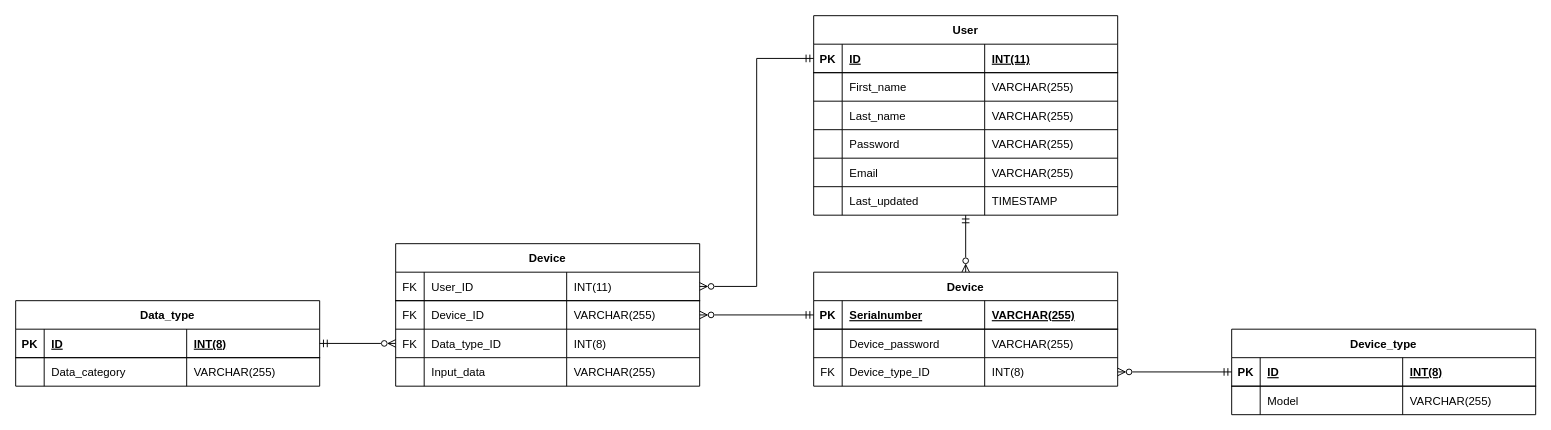
TwoBar/waase_Group2 keeps this draw.io diagram as Azure MySQL/Relational_Data_Model.drawio. Above is the earlier version. Source tidied: cells renumbered, new cells numbered last; positions are measured from the earlier drawing's top-left corner, leaving out a move shared by most shapes. Both pictures are drawn from the tidied source at 95%, with x=0, y=0 at pixel (15, 15).
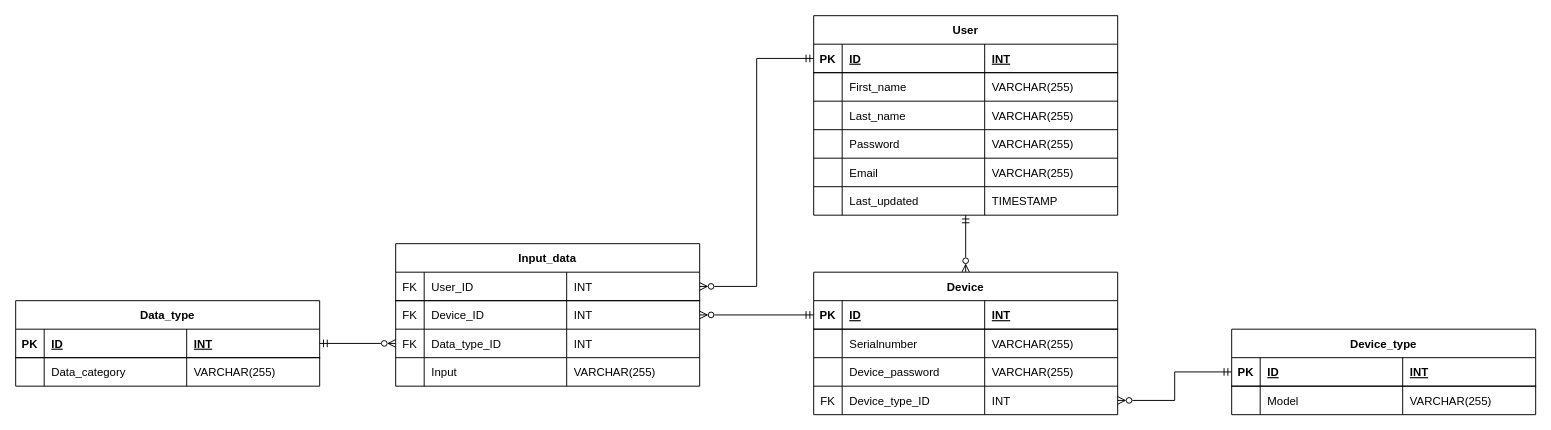
After the change.

Unchanged cells that the change refers to:
```xml
<mxCell id="4" style="shape=partialRectangle;fillColor=none;top=0;left=0;bottom=1;right=0;points=[[0,0.5],[1,0.5]];portConstraint=eastwest;" parent="3" vertex="1">
  <mxGeometry y="30" width="320" height="30" as="geometry" />
</mxCell>
<mxCell id="29" style="shape=partialRectangle;fillColor=none;top=0;left=0;bottom=1;right=0;points=[[0,0.5],[1,0.5]];portConstraint=eastwest;" parent="28" vertex="1">
  <mxGeometry y="30" width="320" height="30" as="geometry" />
</mxCell>
<mxCell id="43" style="shape=partialRectangle;fillColor=none;top=0;left=0;bottom=1;right=0;points=[[0,0.5],[1,0.5]];portConstraint=eastwest;" parent="42" vertex="1">
  <mxGeometry y="30" width="320" height="30" as="geometry" />
</mxCell>
<mxCell id="52" style="shape=partialRectangle;fillColor=none;top=0;left=0;bottom=1;right=0;points=[[0,0.5],[1,0.5]];portConstraint=eastwest;" parent="51" vertex="1">
  <mxGeometry y="30" width="320" height="30" as="geometry" />
</mxCell>
<mxCell id="56" style="shape=partialRectangle;fillColor=none;top=0;left=0;bottom=0;right=0;points=[[0,0.5],[1,0.5]];portConstraint=eastwest;" parent="51" vertex="1">
  <mxGeometry y="60" width="320" height="30" as="geometry" />
</mxCell>
<mxCell id="60" style="shape=partialRectangle;fillColor=none;top=0;left=0;bottom=0;right=0;points=[[0,0.5],[1,0.5]];portConstraint=eastwest;" parent="51" vertex="1">
  <mxGeometry y="90" width="320" height="30" as="geometry" />
</mxCell>
<mxCell id="64" style="shape=partialRectangle;fillColor=none;top=0;left=0;bottom=0;right=0;" parent="51" vertex="1">
  <mxGeometry y="120" width="320" height="30" as="geometry" />
</mxCell>
<mxCell id="70" style="shape=partialRectangle;fillColor=none;top=0;left=0;bottom=1;right=0;points=[[0,0.5],[1,0.5]];portConstraint=eastwest;" parent="69" vertex="1">
  <mxGeometry y="30" width="320" height="30" as="geometry" />
</mxCell>
```

The edit, as a diff of the source:
```diff
@@
-    <mxCell id="7" value="INT(11)" style="shape=partialRectangle;fillColor=none;top=0;left=0;bottom=0;right=0;align=left;spacingLeft=6;fontStyle=5;overflow=hidden;" parent="4" vertex="1">
+    <mxCell id="7" value="INT" style="shape=partialRectangle;fillColor=none;top=0;left=0;bottom=0;right=0;align=left;spacingLeft=6;fontStyle=5;overflow=hidden;" parent="4" vertex="1">
       <mxGeometry x="180" width="140" height="30" as="geometry" />
     </mxCell>
@@
     <mxCell id="28" value="Device" style="shape=table;startSize=30;childLayout=tableLayout;rowLines=1;fontStyle=1;align=center;" parent="1" vertex="1">
-      <mxGeometry x="840" y="270" width="320" height="120" as="geometry" />
+      <mxGeometry x="840" y="270" width="320" height="150" as="geometry" />
     </mxCell>
@@
-    <mxCell id="31" value="Serialnumber" style="shape=partialRectangle;fillColor=none;top=0;left=0;bottom=0;right=0;align=left;spacingLeft=6;fontStyle=5;overflow=hidden;" parent="29" vertex="1">
+    <mxCell id="31" value="ID" style="shape=partialRectangle;fillColor=none;top=0;left=0;bottom=0;right=0;align=left;spacingLeft=6;fontStyle=5;overflow=hidden;" parent="29" vertex="1">
       <mxGeometry x="30" width="150" height="30" as="geometry" />
     </mxCell>
-    <mxCell id="32" value="VARCHAR(255)" style="shape=partialRectangle;fillColor=none;top=0;left=0;bottom=0;right=0;align=left;spacingLeft=6;fontStyle=5;overflow=hidden;" parent="29" vertex="1">
+    <mxCell id="32" value="INT" style="shape=partialRectangle;fillColor=none;top=0;left=0;bottom=0;right=0;align=left;spacingLeft=6;fontStyle=5;overflow=hidden;" parent="29" vertex="1">
       <mxGeometry x="180" width="140" height="30" as="geometry" />
     </mxCell>
+    <mxCell id="80" style="shape=partialRectangle;fillColor=none;top=0;left=0;bottom=0;right=0;" parent="28" vertex="1">
+      <mxGeometry y="60" width="320" height="30" as="geometry" />
+    </mxCell>
+    <mxCell id="81" style="shape=partialRectangle;fillColor=none;top=0;left=0;bottom=0;right=0;overflow=hidden;" parent="80" vertex="1">
+      <mxGeometry width="30" height="30" as="geometry" />
+    </mxCell>
+    <mxCell id="82" value="Serialnumber" style="shape=partialRectangle;fillColor=none;top=0;left=0;bottom=0;right=0;align=left;spacingLeft=6;overflow=hidden;" parent="80" vertex="1">
+      <mxGeometry x="30" width="150" height="30" as="geometry" />
+    </mxCell>
+    <mxCell id="83" value="VARCHAR(255)" style="shape=partialRectangle;fillColor=none;top=0;left=0;bottom=0;right=0;align=left;spacingLeft=6;overflow=hidden;" parent="80" vertex="1">
+      <mxGeometry x="180" width="140" height="30" as="geometry" />
+    </mxCell>
     <mxCell id="33" style="shape=partialRectangle;fillColor=none;top=0;left=0;bottom=0;right=0;" parent="28" vertex="1">
-      <mxGeometry y="60" width="320" height="30" as="geometry" />
+      <mxGeometry y="90" width="320" height="30" as="geometry" />
     </mxCell>
@@
     <mxCell id="37" style="shape=partialRectangle;fillColor=none;top=0;left=0;bottom=0;right=0;points=[[0,0.5],[1,0.5]];portConstraint=eastwest;" parent="28" vertex="1">
-      <mxGeometry y="90" width="320" height="30" as="geometry" />
+      <mxGeometry y="120" width="320" height="30" as="geometry" />
     </mxCell>
@@
-    <mxCell id="40" value="INT(8)" style="shape=partialRectangle;fillColor=none;top=0;left=0;bottom=0;right=0;align=left;spacingLeft=6;overflow=hidden;" parent="37" vertex="1">
+    <mxCell id="40" value="INT" style="shape=partialRectangle;fillColor=none;top=0;left=0;bottom=0;right=0;align=left;spacingLeft=6;overflow=hidden;" parent="37" vertex="1">
       <mxGeometry x="180" width="140" height="30" as="geometry" />
     </mxCell>
@@
-    <mxCell id="46" value="INT(8)" style="shape=partialRectangle;fillColor=none;top=0;left=0;bottom=0;right=0;align=left;spacingLeft=6;fontStyle=5;overflow=hidden;" parent="43" vertex="1">
+    <mxCell id="46" value="INT" style="shape=partialRectangle;fillColor=none;top=0;left=0;bottom=0;right=0;align=left;spacingLeft=6;fontStyle=5;overflow=hidden;" parent="43" vertex="1">
       <mxGeometry x="180" width="140" height="30" as="geometry" />
     </mxCell>
@@
-    <mxCell id="51" value="Device" style="shape=table;startSize=30;childLayout=tableLayout;rowLines=1;fontStyle=1;align=center;" parent="1" vertex="1">
+    <mxCell id="51" value="Input_data" style="shape=table;startSize=30;childLayout=tableLayout;rowLines=1;fontStyle=1;align=center;" parent="1" vertex="1">
       <mxGeometry x="400" y="240" width="320" height="150" as="geometry" />
     </mxCell>
@@
-    <mxCell id="55" value="INT(11)" style="shape=partialRectangle;fillColor=none;top=0;left=0;bottom=0;right=0;align=left;spacingLeft=6;fontStyle=0;overflow=hidden;" parent="52" vertex="1">
+    <mxCell id="55" value="INT" style="shape=partialRectangle;fillColor=none;top=0;left=0;bottom=0;right=0;align=left;spacingLeft=6;fontStyle=0;overflow=hidden;" parent="52" vertex="1">
       <mxGeometry x="180" width="140" height="30" as="geometry" />
     </mxCell>
@@
-    <mxCell id="59" value="VARCHAR(255)" style="shape=partialRectangle;fillColor=none;top=0;left=0;bottom=0;right=0;align=left;spacingLeft=6;overflow=hidden;" parent="56" vertex="1">
+    <mxCell id="59" value="INT" style="shape=partialRectangle;fillColor=none;top=0;left=0;bottom=0;right=0;align=left;spacingLeft=6;overflow=hidden;" parent="56" vertex="1">
       <mxGeometry x="180" width="140" height="30" as="geometry" />
     </mxCell>
@@
-    <mxCell id="63" value="INT(8)" style="shape=partialRectangle;fillColor=none;top=0;left=0;bottom=0;right=0;align=left;spacingLeft=6;overflow=hidden;" parent="60" vertex="1">
+    <mxCell id="63" value="INT" style="shape=partialRectangle;fillColor=none;top=0;left=0;bottom=0;right=0;align=left;spacingLeft=6;overflow=hidden;" parent="60" vertex="1">
       <mxGeometry x="180" width="140" height="30" as="geometry" />
     </mxCell>
@@
-    <mxCell id="66" value="Input_data" style="shape=partialRectangle;fillColor=none;top=0;left=0;bottom=0;right=0;align=left;spacingLeft=6;overflow=hidden;" parent="64" vertex="1">
+    <mxCell id="66" value="Input" style="shape=partialRectangle;fillColor=none;top=0;left=0;bottom=0;right=0;align=left;spacingLeft=6;overflow=hidden;" parent="64" vertex="1">
       <mxGeometry x="30" width="150" height="30" as="geometry" />
     </mxCell>
@@
-    <mxCell id="73" value="INT(8)" style="shape=partialRectangle;fillColor=none;top=0;left=0;bottom=0;right=0;align=left;spacingLeft=6;fontStyle=5;overflow=hidden;" parent="70" vertex="1">
+    <mxCell id="73" value="INT" style="shape=partialRectangle;fillColor=none;top=0;left=0;bottom=0;right=0;align=left;spacingLeft=6;fontStyle=5;overflow=hidden;" parent="70" vertex="1">
       <mxGeometry x="180" width="140" height="30" as="geometry" />
     </mxCell>
```
